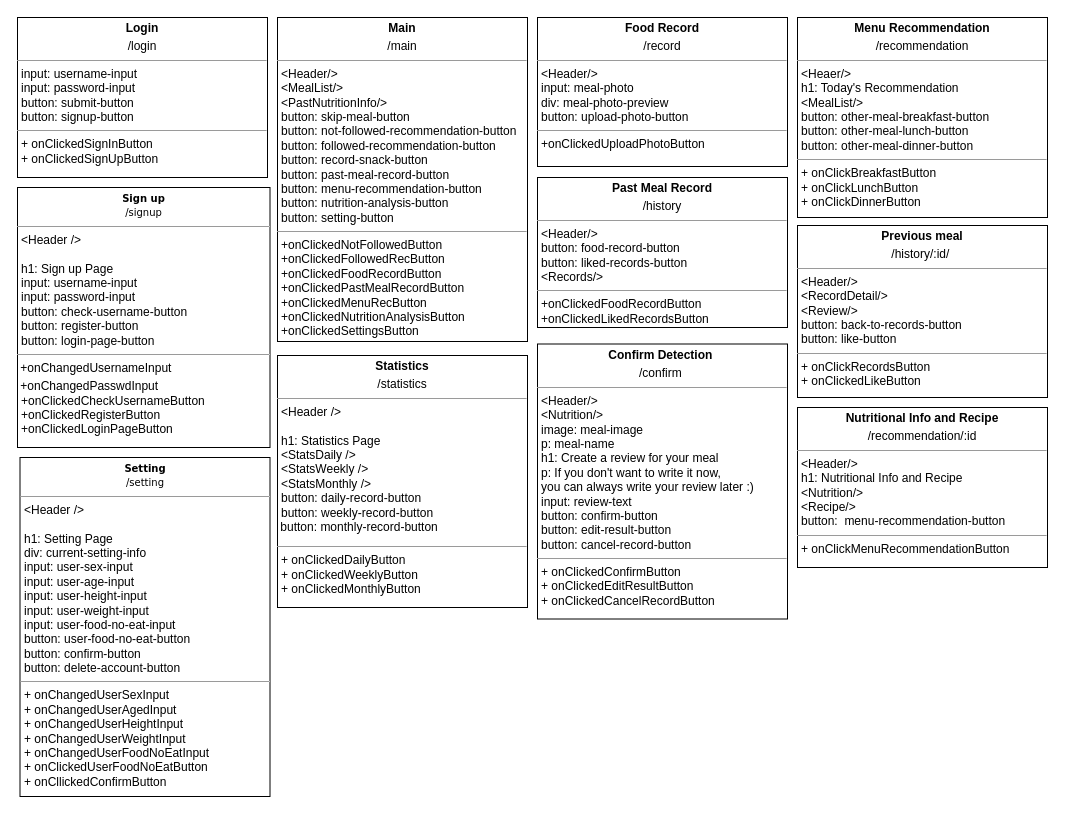
swsnu/swpp2021-team5 keeps this draw.io diagram as diagrams/Page Diagram.drawio. Above is the earlier version. Source tidied: cells renumbered, new cells numbered last; positions are measured from the earlier drawing's top-left corner, leaving out a move shared by most shapes. Both pictures are drawn from the tidied source at 100%, with x=0, y=0 at pixel (17, 17).
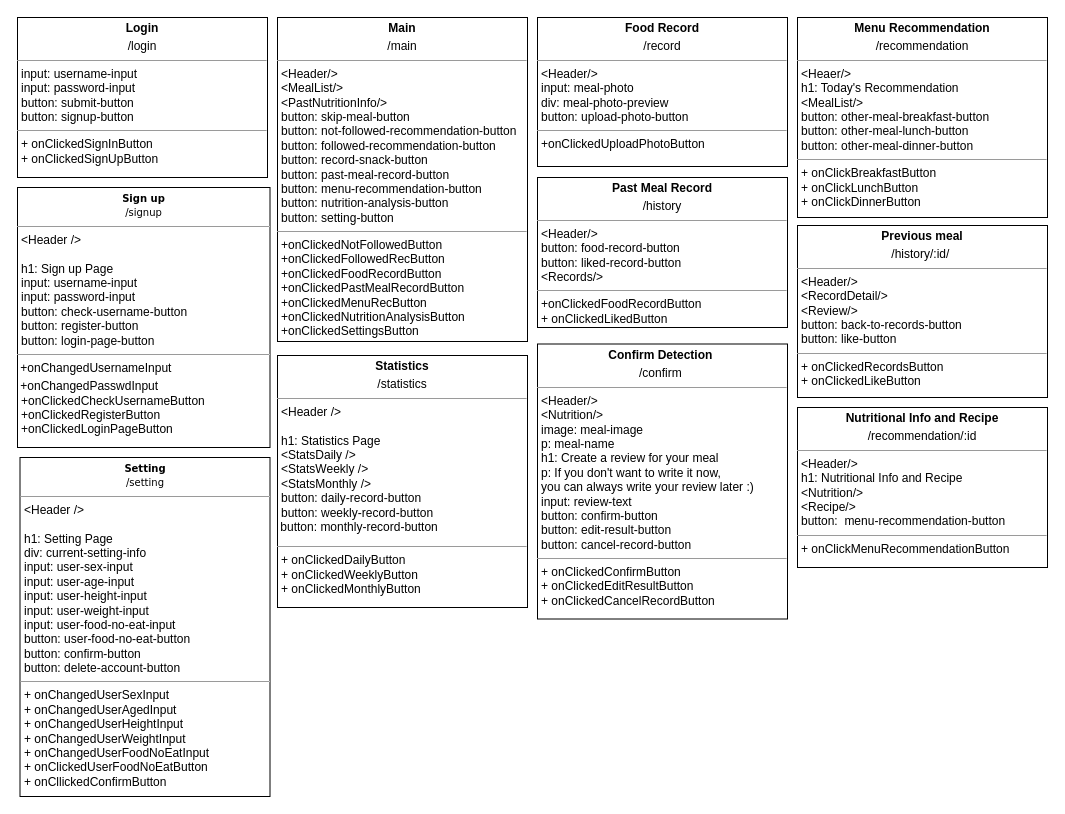
Above is the later version.

What changed in the source:
```diff
@@
 <mxGraphModel>
   <root>
     <mxCell id="0" />
     <mxCell id="1" parent="0" />
     <mxCell id="2" value="&lt;p style=&quot;margin: 4px 0px 0px ; text-align: center&quot;&gt;&lt;b&gt;Statistics&lt;/b&gt;&lt;/p&gt;&lt;p style=&quot;margin: 4px 0px 0px ; text-align: center&quot;&gt;/statistics&lt;/p&gt;&lt;hr size=&quot;1&quot;&gt;&lt;p style=&quot;text-align: justify ; margin: 0px 0px 0px 4px&quot;&gt;&amp;lt;Header /&amp;gt;&lt;br&gt;&lt;/p&gt;&lt;p style=&quot;text-align: justify ; margin: 0px 0px 0px 4px&quot;&gt;&lt;br&gt;&lt;/p&gt;&lt;p style=&quot;text-align: justify ; margin: 0px 0px 0px 4px&quot;&gt;h1: Statistics Page&lt;/p&gt;&lt;p style=&quot;text-align: justify ; margin: 0px 0px 0px 4px&quot;&gt;&amp;lt;StatsDaily /&amp;gt;&lt;/p&gt;&lt;p style=&quot;text-align: justify ; margin: 0px 0px 0px 4px&quot;&gt;&amp;lt;StatsWeekly /&amp;gt;&lt;/p&gt;&lt;p style=&quot;text-align: justify ; margin: 0px 0px 0px 4px&quot;&gt;&amp;lt;StatsMonthly /&amp;gt;&lt;/p&gt;&lt;p style=&quot;text-align: justify ; margin: 0px 0px 0px 4px&quot;&gt;button: daily-record-button&lt;/p&gt;&lt;p style=&quot;text-align: justify ; margin: 0px 0px 0px 4px&quot;&gt;&lt;span style=&quot;text-align: left&quot;&gt;button:&amp;nbsp;&lt;/span&gt;&lt;span style=&quot;text-align: left&quot;&gt;weekly-record-button&amp;nbsp;&lt;/span&gt;&lt;/p&gt;&lt;span style=&quot;text-align: left&quot;&gt;&lt;div style=&quot;text-align: justify&quot;&gt;&lt;span&gt;&amp;nbsp;button:&amp;nbsp;&lt;/span&gt;&lt;span&gt;monthly-record-button&lt;/span&gt;&lt;/div&gt;&lt;/span&gt;&lt;p&gt;&lt;/p&gt;&lt;hr size=&quot;1&quot; style=&quot;text-align: justify&quot;&gt;&lt;p style=&quot;text-align: justify ; margin: 0px 0px 0px 4px&quot;&gt;+ onClickedDailyButton&lt;/p&gt;&lt;p style=&quot;text-align: justify ; margin: 0px 0px 0px 4px&quot;&gt;+ onClickedWeeklyButton&lt;/p&gt;&lt;p style=&quot;text-align: justify ; margin: 0px 0px 0px 4px&quot;&gt;+ onClickedMonthlyButton&lt;/p&gt;" style="verticalAlign=top;align=left;overflow=fill;fontSize=12;fontFamily=Helvetica;html=1;rounded=0;shadow=0;comic=0;labelBackgroundColor=none;strokeWidth=1;" parent="1" vertex="1">
       <mxGeometry x="260" y="338" width="250" height="252" as="geometry" />
     </mxCell>
     <mxCell id="3" value="&lt;p style=&quot;margin: 0px ; margin-top: 4px ; text-align: center&quot;&gt;&lt;b&gt;Main&lt;/b&gt;&lt;/p&gt;&lt;p style=&quot;margin: 0px ; margin-top: 4px ; text-align: center&quot;&gt;/main&lt;/p&gt;&lt;hr size=&quot;1&quot;&gt;&lt;p style=&quot;margin: 0px ; margin-left: 4px&quot;&gt;&lt;span&gt;&amp;lt;Header/&amp;gt;&lt;/span&gt;&lt;/p&gt;&lt;p style=&quot;margin: 0px ; margin-left: 4px&quot;&gt;&lt;span&gt;&amp;lt;MealList/&amp;gt;&lt;/span&gt;&lt;br&gt;&lt;/p&gt;&lt;p style=&quot;margin: 0px ; margin-left: 4px&quot;&gt;&amp;lt;PastNutritionInfo/&amp;gt;&lt;/p&gt;&lt;p style=&quot;margin: 0px ; margin-left: 4px&quot;&gt;button: skip-meal-button&lt;/p&gt;&lt;p style=&quot;margin: 0px ; margin-left: 4px&quot;&gt;button: not-followed-recommendation-button&lt;/p&gt;&lt;p style=&quot;margin: 0px 0px 0px 4px&quot;&gt;button: followed-recommendation-button&lt;/p&gt;&lt;p style=&quot;margin: 0px ; margin-left: 4px&quot;&gt;&lt;span&gt;button: record-snack-button&lt;/span&gt;&lt;br&gt;&lt;/p&gt;&lt;p style=&quot;margin: 0px 0px 0px 4px&quot;&gt;button: past-meal-record-button&lt;/p&gt;&lt;p style=&quot;margin: 0px 0px 0px 4px&quot;&gt;button: menu-recommendation-button&lt;/p&gt;&lt;p style=&quot;margin: 0px 0px 0px 4px&quot;&gt;button: nutrition-analysis-button&lt;/p&gt;&lt;p style=&quot;margin: 0px 0px 0px 4px&quot;&gt;&lt;span&gt;button: setting-button&lt;/span&gt;&lt;br&gt;&lt;/p&gt;&lt;hr size=&quot;1&quot;&gt;&lt;p style=&quot;margin: 0px ; margin-left: 4px&quot;&gt;+onClickedNotFollowedButton&lt;/p&gt;&lt;p style=&quot;margin: 0px ; margin-left: 4px&quot;&gt;+onClickedFollowedRecButton&lt;br&gt;&lt;/p&gt;&lt;p style=&quot;margin: 0px ; margin-left: 4px&quot;&gt;+onClickedFoodRecordButton&lt;/p&gt;&lt;p style=&quot;margin: 0px 0px 0px 4px&quot;&gt;+onClickedPastMealRecordButton&lt;/p&gt;&lt;p style=&quot;margin: 0px ; margin-left: 4px&quot;&gt;+onClickedMenuRecButton&lt;/p&gt;&lt;p style=&quot;margin: 0px ; margin-left: 4px&quot;&gt;+onClickedNutritionAnalysisButton&lt;/p&gt;&lt;p style=&quot;margin: 0px ; margin-left: 4px&quot;&gt;&lt;span&gt;+onClickedSettingsButton&lt;/span&gt;&lt;br&gt;&lt;/p&gt;" style="verticalAlign=top;align=left;overflow=fill;fontSize=12;fontFamily=Helvetica;html=1;rounded=0;shadow=0;comic=0;labelBackgroundColor=none;strokeWidth=1;" parent="1" vertex="1">
       <mxGeometry x="260" width="250" height="324" as="geometry" />
     </mxCell>
     <mxCell id="4" value="&lt;p style=&quot;margin: 0px ; margin-top: 4px ; text-align: center&quot;&gt;&lt;b&gt;Login&lt;/b&gt;&lt;/p&gt;&lt;p style=&quot;margin: 0px ; margin-top: 4px ; text-align: center&quot;&gt;/login&lt;/p&gt;&lt;hr size=&quot;1&quot;&gt;&lt;p style=&quot;margin: 0px ; margin-left: 4px&quot;&gt;input: username-input&lt;/p&gt;&lt;p style=&quot;margin: 0px ; margin-left: 4px&quot;&gt;input: password-input&lt;/p&gt;&lt;p style=&quot;margin: 0px ; margin-left: 4px&quot;&gt;button: submit-button&lt;/p&gt;&lt;p style=&quot;margin: 0px ; margin-left: 4px&quot;&gt;button: signup-button&lt;/p&gt;&lt;hr size=&quot;1&quot;&gt;&lt;p style=&quot;margin: 0px ; margin-left: 4px&quot;&gt;+ onClickedSignInButton&lt;/p&gt;&lt;p style=&quot;margin: 0px ; margin-left: 4px&quot;&gt;+ onClickedSignUpButton&lt;/p&gt;" style="verticalAlign=top;align=left;overflow=fill;fontSize=12;fontFamily=Helvetica;html=1;rounded=0;shadow=0;comic=0;labelBackgroundColor=none;strokeWidth=1;" parent="1" vertex="1">
       <mxGeometry width="250" height="160" as="geometry" />
     </mxCell>
     <mxCell id="5" value="&lt;p style=&quot;margin: 0px ; margin-top: 4px ; text-align: center&quot;&gt;&lt;b&gt;Food Record&lt;/b&gt;&lt;/p&gt;&lt;p style=&quot;margin: 0px ; margin-top: 4px ; text-align: center&quot;&gt;/record&lt;/p&gt;&lt;hr size=&quot;1&quot;&gt;&lt;p style=&quot;margin: 0px ; margin-left: 4px&quot;&gt;&lt;span&gt;&amp;lt;Header/&amp;gt;&lt;/span&gt;&lt;/p&gt;&lt;p style=&quot;margin: 0px ; margin-left: 4px&quot;&gt;&lt;span&gt;input: meal-photo&lt;/span&gt;&lt;/p&gt;&lt;p style=&quot;margin: 0px ; margin-left: 4px&quot;&gt;&lt;span&gt;div: meal-photo-preview&lt;/span&gt;&lt;/p&gt;&lt;p style=&quot;margin: 0px ; margin-left: 4px&quot;&gt;&lt;span&gt;button: upload-photo-button&lt;/span&gt;&lt;/p&gt;&lt;hr size=&quot;1&quot;&gt;&lt;p style=&quot;margin: 0px ; margin-left: 4px&quot;&gt;&lt;span&gt;+onClickedUploadPhotoButton&lt;/span&gt;&lt;br&gt;&lt;/p&gt;&lt;p style=&quot;margin: 0px ; margin-left: 4px&quot;&gt;&lt;br&gt;&lt;/p&gt;" style="verticalAlign=top;align=left;overflow=fill;fontSize=12;fontFamily=Helvetica;html=1;rounded=0;shadow=0;comic=0;labelBackgroundColor=none;strokeWidth=1;" parent="1" vertex="1">
       <mxGeometry x="520" width="250" height="149" as="geometry" />
     </mxCell>
-    <mxCell id="6" value="&lt;p style=&quot;margin: 0px ; margin-top: 4px ; text-align: center&quot;&gt;&lt;b&gt;Past Meal Record&lt;/b&gt;&lt;/p&gt;&lt;p style=&quot;margin: 0px ; margin-top: 4px ; text-align: center&quot;&gt;/history&lt;/p&gt;&lt;hr size=&quot;1&quot;&gt;&lt;p style=&quot;margin: 0px 0px 0px 4px&quot;&gt;&amp;lt;Header/&amp;gt;&lt;/p&gt;&lt;p style=&quot;margin: 0px 0px 0px 4px&quot;&gt;button: food-record-button&lt;/p&gt;&lt;p style=&quot;margin: 0px 0px 0px 4px&quot;&gt;button: liked-records-button&lt;/p&gt;&lt;p style=&quot;margin: 0px 0px 0px 4px&quot;&gt;&amp;lt;Records/&amp;gt;&lt;/p&gt;&lt;hr size=&quot;1&quot;&gt;&lt;p style=&quot;margin: 0px ; margin-left: 4px&quot;&gt;+onClickedFoodRecordButton&lt;/p&gt;&lt;p style=&quot;margin: 0px ; margin-left: 4px&quot;&gt;+onClickedLikedRecordsButton&lt;/p&gt;" style="verticalAlign=top;align=left;overflow=fill;fontSize=12;fontFamily=Helvetica;html=1;rounded=0;shadow=0;comic=0;labelBackgroundColor=none;strokeWidth=1;" parent="1" vertex="1">
+    <mxCell id="6" value="&lt;p style=&quot;margin: 0px ; margin-top: 4px ; text-align: center&quot;&gt;&lt;b&gt;Past Meal Record&lt;/b&gt;&lt;/p&gt;&lt;p style=&quot;margin: 0px ; margin-top: 4px ; text-align: center&quot;&gt;/history&lt;/p&gt;&lt;hr size=&quot;1&quot;&gt;&lt;p style=&quot;margin: 0px 0px 0px 4px&quot;&gt;&amp;lt;Header/&amp;gt;&lt;/p&gt;&lt;p style=&quot;margin: 0px 0px 0px 4px&quot;&gt;button: food-record-button&lt;/p&gt;&lt;p style=&quot;margin: 0px 0px 0px 4px&quot;&gt;button: liked-record-button&lt;/p&gt;&lt;p style=&quot;margin: 0px 0px 0px 4px&quot;&gt;&amp;lt;Records/&amp;gt;&lt;/p&gt;&lt;hr size=&quot;1&quot;&gt;&lt;p style=&quot;margin: 0px ; margin-left: 4px&quot;&gt;+onClickedFoodRecordButton&lt;/p&gt;&lt;p style=&quot;margin: 0px ; margin-left: 4px&quot;&gt;+ onClickedLikedButton&lt;/p&gt;" style="verticalAlign=top;align=left;overflow=fill;fontSize=12;fontFamily=Helvetica;html=1;rounded=0;shadow=0;comic=0;labelBackgroundColor=none;strokeWidth=1;" parent="1" vertex="1">
       <mxGeometry x="520" y="160" width="250" height="150" as="geometry" />
     </mxCell>
     <mxCell id="7" value="&lt;p style=&quot;margin: 4px 0px 0px ; text-align: center&quot;&gt;&lt;b style=&quot;font-family: &amp;#34;verdana&amp;#34; ; font-size: 10px&quot;&gt;Sign up&lt;/b&gt;&lt;br style=&quot;font-family: &amp;#34;verdana&amp;#34; ; font-size: 10px&quot;&gt;&lt;span style=&quot;font-family: &amp;#34;verdana&amp;#34; ; font-size: 10px&quot;&gt;/signup&lt;/span&gt;&lt;br&gt;&lt;/p&gt;&lt;hr size=&quot;1&quot;&gt;&lt;p style=&quot;text-align: justify ; margin: 0px 0px 0px 4px&quot;&gt;&amp;lt;Header /&amp;gt;&lt;/p&gt;&lt;p style=&quot;text-align: justify ; margin: 0px 0px 0px 4px&quot;&gt;&lt;br&gt;&lt;/p&gt;&lt;p style=&quot;text-align: justify ; margin: 0px 0px 0px 4px&quot;&gt;h1: Sign up Page&lt;/p&gt;&lt;p style=&quot;text-align: justify ; margin: 0px 0px 0px 4px&quot;&gt;input: username-input&lt;/p&gt;&lt;p style=&quot;text-align: justify ; margin: 0px 0px 0px 4px&quot;&gt;input: password-input&lt;/p&gt;&lt;p style=&quot;text-align: justify ; margin: 0px 0px 0px 4px&quot;&gt;button: check-username-button&lt;/p&gt;&lt;p style=&quot;text-align: justify ; margin: 0px 0px 0px 4px&quot;&gt;button: register-button&lt;/p&gt;&lt;p style=&quot;text-align: justify ; margin: 0px 0px 0px 4px&quot;&gt;button: login-page-button&lt;/p&gt;&lt;hr size=&quot;1&quot; style=&quot;text-align: justify&quot;&gt;&lt;p style=&quot;text-align: justify ; margin: 4px 0px 0px&quot;&gt;&lt;span&gt;&amp;nbsp;+onChangedUsernameInput&lt;/span&gt;&lt;br&gt;&lt;/p&gt;&lt;p style=&quot;text-align: justify ; margin: 4px 0px 0px&quot;&gt;&lt;span&gt;&amp;nbsp;+onChangedPasswdInput&lt;/span&gt;&lt;/p&gt;&lt;p style=&quot;text-align: justify ; margin: 0px 0px 0px 4px&quot;&gt;+onClickedCheckUsernameButton&lt;/p&gt;&lt;p style=&quot;text-align: justify ; margin: 0px 0px 0px 4px&quot;&gt;+onClickedRegisterButton&lt;/p&gt;&lt;p style=&quot;text-align: justify ; margin: 0px 0px 0px 4px&quot;&gt;+onClickedLoginPageButton&lt;/p&gt;" style="verticalAlign=top;align=left;overflow=fill;fontSize=12;fontFamily=Helvetica;html=1;" parent="1" vertex="1">
       <mxGeometry y="170" width="252.5" height="260" as="geometry" />
     </mxCell>
     <mxCell id="8" value="&lt;p style=&quot;margin: 4px 0px 0px ; text-align: center&quot;&gt;&lt;b style=&quot;font-family: &amp;#34;verdana&amp;#34; ; font-size: 10px&quot;&gt;Setting&lt;/b&gt;&lt;br style=&quot;font-family: &amp;#34;verdana&amp;#34; ; font-size: 10px&quot;&gt;&lt;span style=&quot;font-family: &amp;#34;verdana&amp;#34; ; font-size: 10px&quot;&gt;/setting&lt;/span&gt;&lt;br&gt;&lt;/p&gt;&lt;hr size=&quot;1&quot;&gt;&lt;p style=&quot;margin: 0px 0px 0px 4px&quot;&gt;&amp;lt;Header /&amp;gt;&lt;br&gt;&lt;/p&gt;&lt;p style=&quot;margin: 0px 0px 0px 4px&quot;&gt;&lt;br&gt;&lt;/p&gt;&lt;p style=&quot;margin: 0px 0px 0px 4px&quot;&gt;h1: Setting Page&lt;/p&gt;&lt;p style=&quot;margin: 0px 0px 0px 4px&quot;&gt;div: current-setting-info&lt;/p&gt;&lt;p style=&quot;margin: 0px 0px 0px 4px&quot;&gt;input: user-sex-input&lt;/p&gt;&lt;p style=&quot;margin: 0px 0px 0px 4px&quot;&gt;input: user-age-input&lt;/p&gt;&lt;p style=&quot;margin: 0px 0px 0px 4px&quot;&gt;input: user-height-input&lt;/p&gt;&lt;p style=&quot;margin: 0px 0px 0px 4px&quot;&gt;input: user-weight-input&lt;/p&gt;&lt;p style=&quot;margin: 0px 0px 0px 4px&quot;&gt;input: user-food-no-eat-input&lt;br&gt;&lt;/p&gt;&lt;p style=&quot;margin: 0px 0px 0px 4px&quot;&gt;button: user-food-no-eat-button&lt;/p&gt;&lt;p style=&quot;margin: 0px 0px 0px 4px&quot;&gt;button: confirm-button&lt;br&gt;&lt;/p&gt;&lt;p style=&quot;margin: 0px 0px 0px 4px&quot;&gt;button: delete-account-button&lt;/p&gt;&lt;hr size=&quot;1&quot;&gt;&lt;p style=&quot;margin: 0px 0px 0px 4px&quot;&gt;+ onChangedUserSexInput&lt;/p&gt;&lt;p style=&quot;margin: 0px 0px 0px 4px&quot;&gt;+ onChangedUserAgedInput&lt;/p&gt;&lt;p style=&quot;margin: 0px 0px 0px 4px&quot;&gt;+ onChangedUserHeightInput&lt;/p&gt;&lt;p style=&quot;margin: 0px 0px 0px 4px&quot;&gt;+ onChangedUserWeightInput&lt;/p&gt;&lt;p style=&quot;margin: 0px 0px 0px 4px&quot;&gt;+ onChangedUserFoodNoEatInput&lt;/p&gt;&lt;p style=&quot;margin: 0px 0px 0px 4px&quot;&gt;+ onClickedUserFoodNoEatButton&lt;/p&gt;&lt;p style=&quot;margin: 0px 0px 0px 4px&quot;&gt;+ onCllickedConfirmButton&lt;/p&gt;" style="verticalAlign=top;align=left;overflow=fill;fontSize=12;fontFamily=Helvetica;html=1;" parent="1" vertex="1">
       <mxGeometry x="2.5" y="440" width="250" height="339" as="geometry" />
     </mxCell>
     <mxCell id="9" value="&lt;p style=&quot;margin: 0px ; margin-top: 4px ; text-align: center&quot;&gt;&lt;b&gt;Menu Recommendation&lt;/b&gt;&lt;/p&gt;&lt;p style=&quot;margin: 0px ; margin-top: 4px ; text-align: center&quot;&gt;/recommendation&lt;/p&gt;&lt;hr size=&quot;1&quot;&gt;&lt;p style=&quot;margin: 0px 0px 0px 4px&quot;&gt;&amp;lt;Heaer/&amp;gt;&lt;/p&gt;&lt;p style=&quot;margin: 0px 0px 0px 4px&quot;&gt;h1: Today's Recommendation&lt;/p&gt;&lt;p style=&quot;margin: 0px 0px 0px 4px&quot;&gt;&amp;lt;MealList/&amp;gt;&lt;/p&gt;&lt;p style=&quot;margin: 0px 0px 0px 4px&quot;&gt;button:&amp;nbsp;other-meal-breakfast-button&lt;/p&gt;&lt;p style=&quot;margin: 0px 0px 0px 4px&quot;&gt;button: other-meal-lunch-button&lt;/p&gt;&lt;p style=&quot;margin: 0px 0px 0px 4px&quot;&gt;button: other-meal-dinner-button&lt;br&gt;&lt;/p&gt;&lt;hr size=&quot;1&quot;&gt;&lt;p style=&quot;margin: 0px 0px 0px 4px&quot;&gt;+ onClickBreakfastButton&lt;br&gt;+ onClickLunchButton&lt;/p&gt;&lt;p style=&quot;margin: 0px 0px 0px 4px&quot;&gt;+ onClickDinnerButton&lt;/p&gt;" style="verticalAlign=top;align=left;overflow=fill;fontSize=12;fontFamily=Helvetica;html=1;rounded=0;shadow=0;comic=0;labelBackgroundColor=none;strokeWidth=1;" parent="1" vertex="1">
       <mxGeometry x="780" width="250" height="200" as="geometry" />
     </mxCell>
     <mxCell id="10" value="&lt;p style=&quot;margin: 0px ; margin-top: 4px ; text-align: center&quot;&gt;&lt;b&gt;Nutritional Info and Recipe&lt;/b&gt;&lt;/p&gt;&lt;p style=&quot;margin: 0px ; margin-top: 4px ; text-align: center&quot;&gt;/recommendation/:id&lt;/p&gt;&lt;hr size=&quot;1&quot;&gt;&lt;p style=&quot;margin: 0px 0px 0px 4px&quot;&gt;&amp;lt;Header/&amp;gt;&lt;/p&gt;&lt;p style=&quot;margin: 0px 0px 0px 4px&quot;&gt;h1: Nutritional Info and Recipe&lt;/p&gt;&lt;p style=&quot;margin: 0px 0px 0px 4px&quot;&gt;&amp;lt;Nutrition/&amp;gt;&lt;/p&gt;&lt;p style=&quot;margin: 0px 0px 0px 4px&quot;&gt;&amp;lt;Recipe/&amp;gt;&lt;/p&gt;&lt;p style=&quot;margin: 0px 0px 0px 4px&quot;&gt;button:&amp;nbsp;&amp;nbsp;&lt;span style=&quot;text-align: center&quot;&gt;menu-recommendation-button&lt;/span&gt;&lt;/p&gt;&lt;hr size=&quot;1&quot;&gt;&lt;p style=&quot;margin: 0px 0px 0px 4px&quot;&gt;+ onClickMenuRecommendationButton&lt;/p&gt;" style="verticalAlign=top;align=left;overflow=fill;fontSize=12;fontFamily=Helvetica;html=1;rounded=0;shadow=0;comic=0;labelBackgroundColor=none;strokeWidth=1;" parent="1" vertex="1">
       <mxGeometry x="780" y="390" width="250" height="160" as="geometry" />
     </mxCell>
-    <mxCell id="11" value="&lt;p style=&quot;margin: 0px ; margin-top: 4px ; text-align: center&quot;&gt;&lt;b&gt;Previous meal&lt;/b&gt;&lt;/p&gt;&lt;p style=&quot;margin: 0px ; margin-top: 4px ; text-align: center&quot;&gt;/history/:id/&lt;b&gt;&amp;nbsp;&lt;/b&gt;&lt;/p&gt;&lt;hr size=&quot;1&quot;&gt;&lt;p style=&quot;margin: 0px ; margin-left: 4px&quot;&gt;&amp;lt;Header/&amp;gt;&lt;/p&gt;&lt;p style=&quot;margin: 0px ; margin-left: 4px&quot;&gt;&amp;lt;RecordDetail/&amp;gt;&lt;/p&gt;&lt;p style=&quot;margin: 0px ; margin-left: 4px&quot;&gt;&amp;lt;Review/&amp;gt;&lt;/p&gt;&lt;p style=&quot;margin: 0px ; margin-left: 4px&quot;&gt;button: back-to-records-button&lt;/p&gt;&lt;p style=&quot;margin: 0px ; margin-left: 4px&quot;&gt;button: like-button&lt;/p&gt;&lt;hr size=&quot;1&quot;&gt;&lt;p style=&quot;margin: 0px ; margin-left: 4px&quot;&gt;+ onClickRecordsButton&lt;/p&gt;&lt;p style=&quot;margin: 0px ; margin-left: 4px&quot;&gt;+ onClickedLikeButton&lt;/p&gt;" style="verticalAlign=top;align=left;overflow=fill;fontSize=12;fontFamily=Helvetica;html=1;" parent="1" vertex="1">
+    <mxCell id="11" value="&lt;p style=&quot;margin: 0px ; margin-top: 4px ; text-align: center&quot;&gt;&lt;b&gt;Previous meal&lt;/b&gt;&lt;/p&gt;&lt;p style=&quot;margin: 0px ; margin-top: 4px ; text-align: center&quot;&gt;/history/:id/&lt;b&gt;&amp;nbsp;&lt;/b&gt;&lt;/p&gt;&lt;hr size=&quot;1&quot;&gt;&lt;p style=&quot;margin: 0px ; margin-left: 4px&quot;&gt;&amp;lt;Header/&amp;gt;&lt;/p&gt;&lt;p style=&quot;margin: 0px ; margin-left: 4px&quot;&gt;&amp;lt;RecordDetail/&amp;gt;&lt;/p&gt;&lt;p style=&quot;margin: 0px ; margin-left: 4px&quot;&gt;&amp;lt;Review/&amp;gt;&lt;/p&gt;&lt;p style=&quot;margin: 0px ; margin-left: 4px&quot;&gt;button: back-to-records-button&lt;/p&gt;&lt;p style=&quot;margin: 0px ; margin-left: 4px&quot;&gt;button: like-button&lt;/p&gt;&lt;hr size=&quot;1&quot;&gt;&lt;p style=&quot;margin: 0px ; margin-left: 4px&quot;&gt;+ onClickedRecordsButton&lt;/p&gt;&lt;p style=&quot;margin: 0px ; margin-left: 4px&quot;&gt;+ onClickedLikeButton&lt;/p&gt;" style="verticalAlign=top;align=left;overflow=fill;fontSize=12;fontFamily=Helvetica;html=1;" parent="1" vertex="1">
       <mxGeometry x="780" y="208" width="250" height="172" as="geometry" />
     </mxCell>
     <mxCell id="12" value="&lt;p style=&quot;margin: 0px ; margin-top: 4px ; text-align: center&quot;&gt;&lt;b&gt;Confirm Detection&amp;nbsp;&lt;/b&gt;&lt;/p&gt;&lt;p style=&quot;margin: 0px ; margin-top: 4px ; text-align: center&quot;&gt;/confirm&lt;b&gt;&amp;nbsp;&lt;/b&gt;&lt;/p&gt;&lt;hr size=&quot;1&quot;&gt;&lt;p style=&quot;margin: 0px ; margin-left: 4px&quot;&gt;&amp;lt;Header/&amp;gt;&lt;/p&gt;&lt;p style=&quot;margin: 0px ; margin-left: 4px&quot;&gt;&amp;lt;Nutrition/&amp;gt;&lt;/p&gt;&lt;p style=&quot;margin: 0px ; margin-left: 4px&quot;&gt;image: meal-image&lt;/p&gt;&lt;p style=&quot;margin: 0px ; margin-left: 4px&quot;&gt;p: meal-name&lt;/p&gt;&lt;p style=&quot;margin: 0px 0px 0px 4px&quot;&gt;h1: Create a review for your meal&lt;/p&gt;&lt;p style=&quot;margin: 0px 0px 0px 4px&quot;&gt;p: If you don't want to write it now,&amp;nbsp;&lt;/p&gt;&lt;p style=&quot;margin: 0px 0px 0px 4px&quot;&gt;you can always write your review later :)&lt;/p&gt;&lt;p style=&quot;margin: 0px 0px 0px 4px&quot;&gt;input: review-text&lt;/p&gt;&lt;p style=&quot;margin: 0px ; margin-left: 4px&quot;&gt;&lt;span&gt;button: confirm-button&lt;/span&gt;&lt;br&gt;&lt;/p&gt;&lt;p style=&quot;margin: 0px ; margin-left: 4px&quot;&gt;button: edit-result-button&lt;/p&gt;&lt;p style=&quot;margin: 0px ; margin-left: 4px&quot;&gt;button: cancel-record-button&lt;/p&gt;&lt;hr size=&quot;1&quot;&gt;&lt;p style=&quot;margin: 0px ; margin-left: 4px&quot;&gt;+ onClickedConfirmButton&lt;/p&gt;&lt;p style=&quot;margin: 0px ; margin-left: 4px&quot;&gt;+ onClickedEditResultButton&lt;/p&gt;&lt;p style=&quot;margin: 0px 0px 0px 4px&quot;&gt;+ onClickedCancelRecordButton&lt;/p&gt;&lt;p style=&quot;margin: 0px ; margin-left: 4px&quot;&gt;&lt;br&gt;&lt;/p&gt;&lt;p style=&quot;margin: 0px ; margin-left: 4px&quot;&gt;&lt;br&gt;&lt;/p&gt;" style="verticalAlign=top;align=left;overflow=fill;fontSize=12;fontFamily=Helvetica;html=1;" parent="1" vertex="1">
       <mxGeometry x="520" y="326.5" width="250" height="275" as="geometry" />
     </mxCell>
   </root>
 </mxGraphModel>
```
